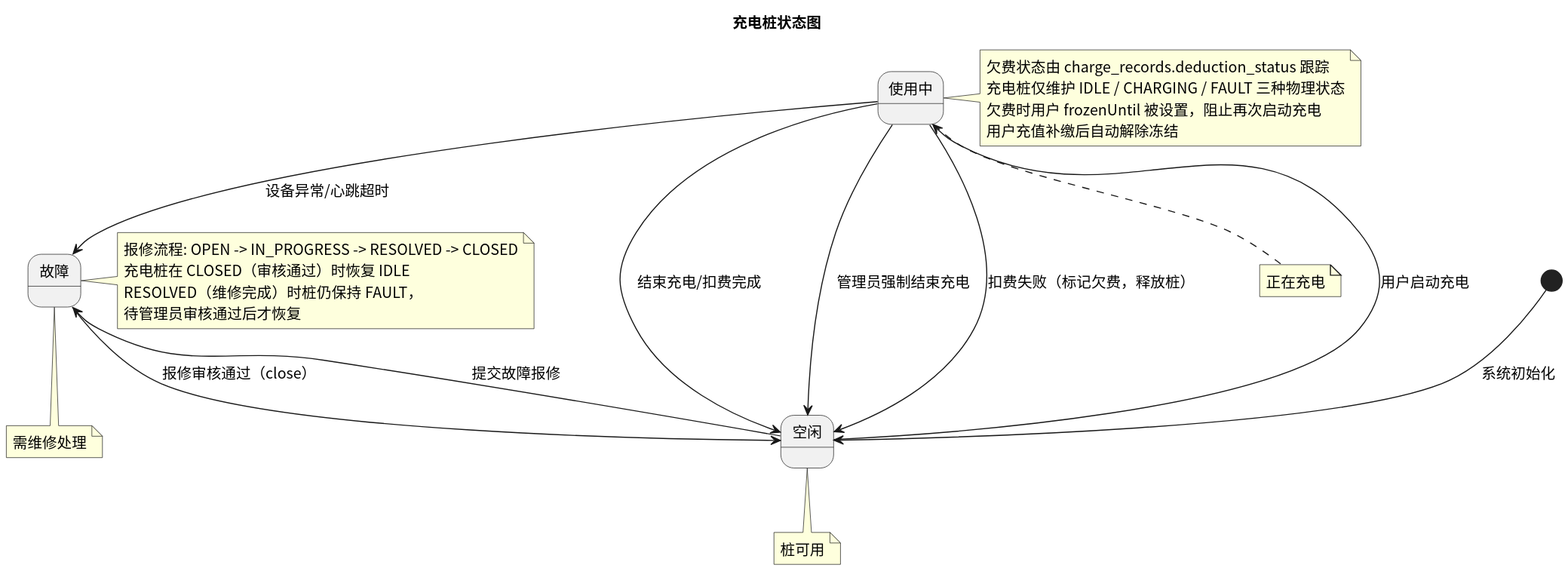
Earlier version of the PlantUML export status/img/state_charger.svg (greenhandzdl/charging-station-doc).
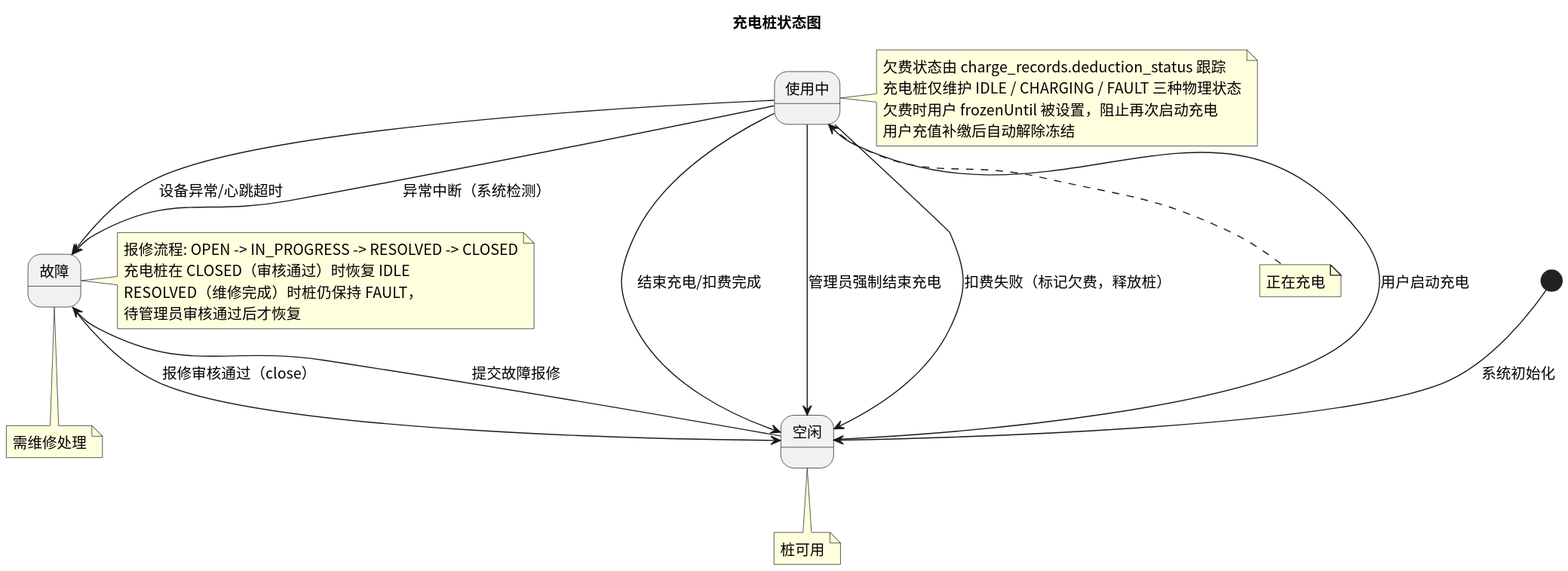
Later version of the same file.

Diff of the diagram source:
```diff
@@ -12,6 +12,7 @@
 CHARGING --> IDLE : 结束充电/扣费完成
 CHARGING --> IDLE : 管理员强制结束充电
 CHARGING --> FAULT : 设备异常/心跳超时
+CHARGING --> FAULT : 异常中断（系统检测）
   CHARGING --> IDLE : 扣费失败（标记欠费，释放桩）
 IDLE --> FAULT : 提交故障报修
 FAULT --> IDLE : 报修审核通过（close）
```
